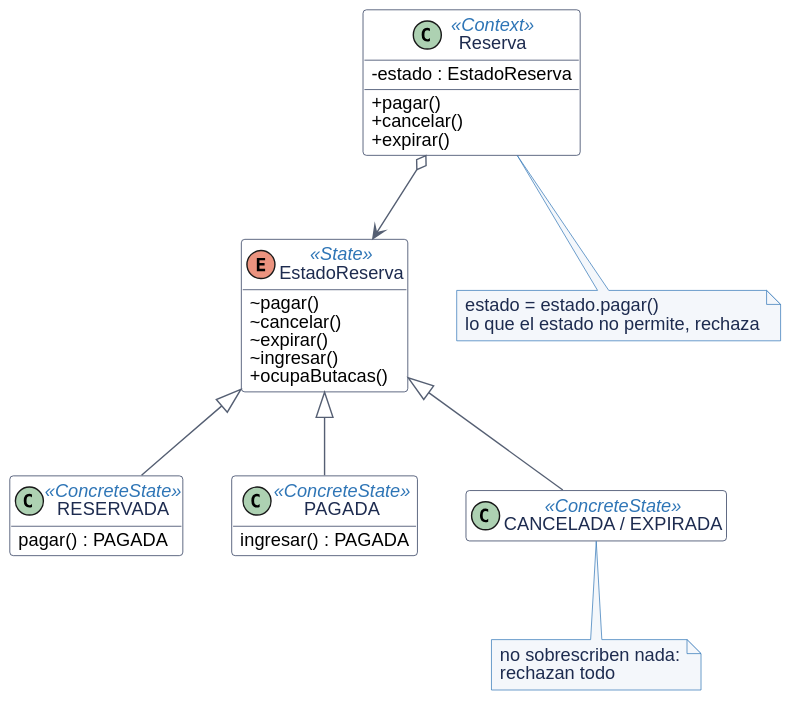
Earlier version of the PlantUML export _other/docs/diagramas/patron-state.svg (andreiveisuade/cine-uade).
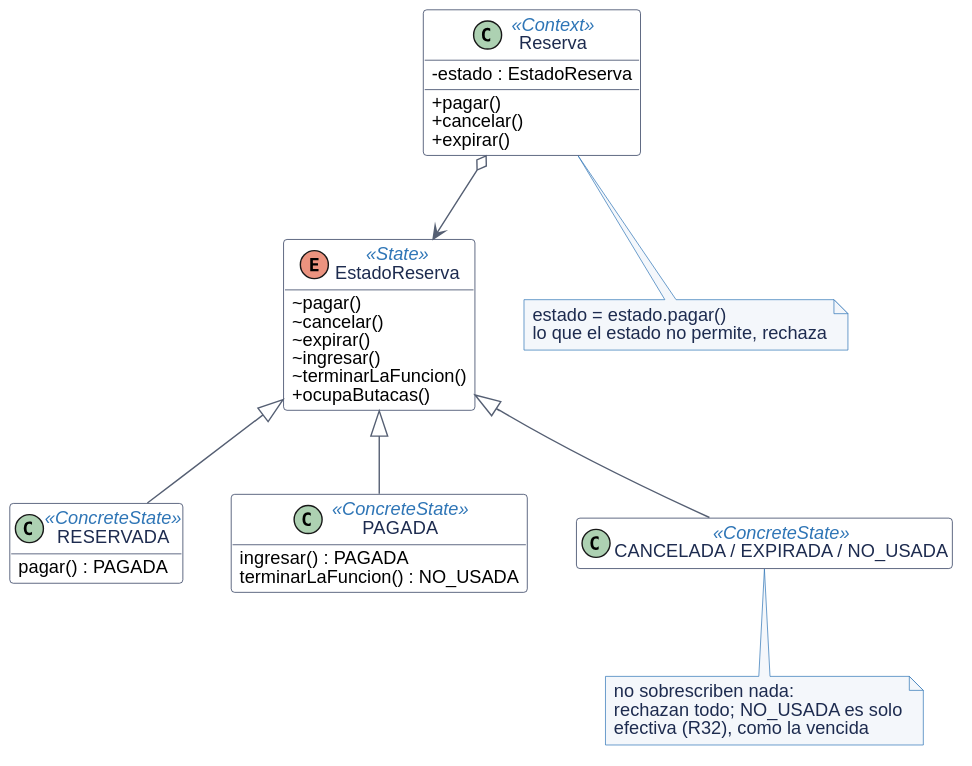
After the change.

Commit message:
docs(reservas): R32 en el manual y en la api, con el estado no usada

Diff of the diagram source:
```diff
@@ -11,6 +11,7 @@
   ~ cancelar()
   ~ expirar()
   ~ ingresar()
+  ~ terminarLaFuncion()
   + ocupaButacas()
 }
 class RESERVADA <<ConcreteState>> {
@@ -18,12 +19,13 @@
 }
 class PAGADA <<ConcreteState>> {
   ingresar() : PAGADA
+  terminarLaFuncion() : NO_USADA
 }
-class "CANCELADA / EXPIRADA" as Cerradas <<ConcreteState>>
+class "CANCELADA / EXPIRADA / NO_USADA" as Cerradas <<ConcreteState>>
 Reserva o--> EstadoReserva
 EstadoReserva <|-- RESERVADA
 EstadoReserva <|-- PAGADA
 EstadoReserva <|-- Cerradas
 note bottom of Reserva : estado = estado.pagar()\nlo que el estado no permite, rechaza
-note bottom of Cerradas : no sobrescriben nada:\nrechazan todo
+note bottom of Cerradas : no sobrescriben nada:\nrechazan todo; NO_USADA es solo\nefectiva (R32), como la vencida
 @enduml
```
